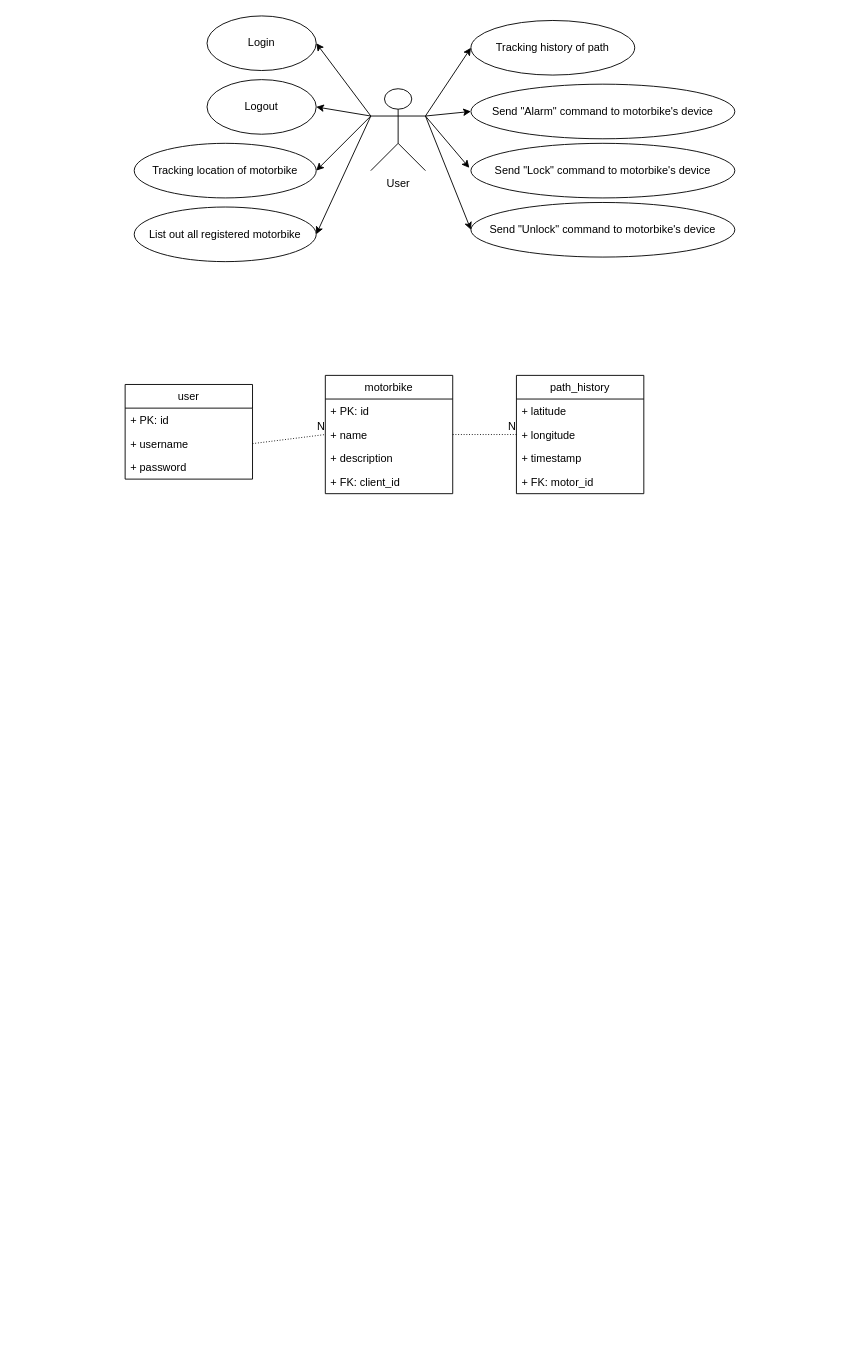
This is SPMReport.drawio from ntxtung/DrawIORepo, a draw.io file, before an edit. Source tidied: cells renumbered, new cells numbered last; positions are measured from the earlier drawing's top-left corner, leaving out a move shared by most shapes. Both pictures are drawn from the tidied source at 91%, with x=0, y=0 at pixel (125, 15).
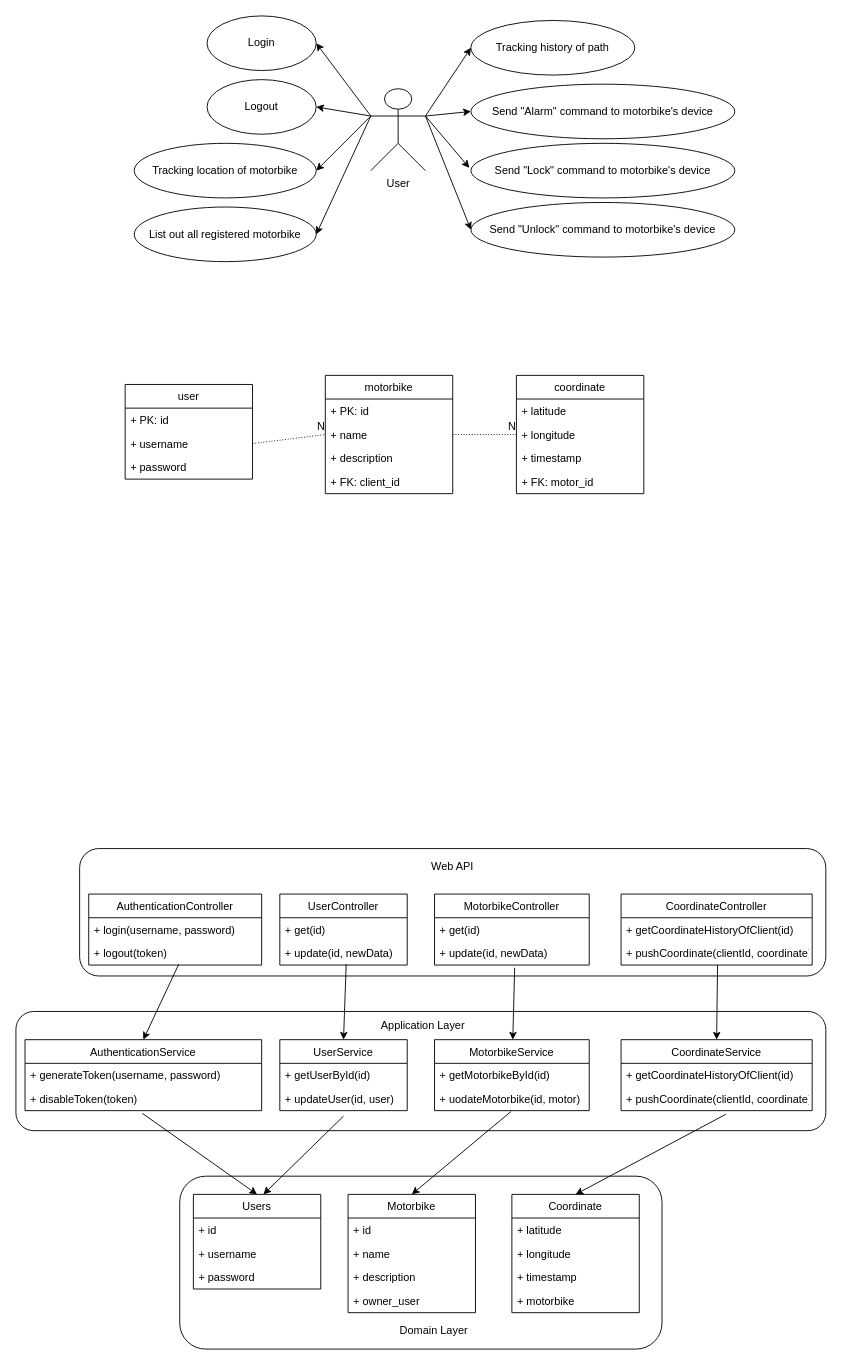
The same page after the edit.

What changed in the source:
```diff
@@
+    <mxCell id="37" style="rounded=1;whiteSpace=wrap;html=1;" parent="1" vertex="1">
+      <mxGeometry x="60" y="1275" width="530" height="190" as="geometry" />
+    </mxCell>
+    <mxCell id="38" style="rounded=1;whiteSpace=wrap;html=1;" parent="1" vertex="1">
+      <mxGeometry x="-120" y="1094" width="890" height="131" as="geometry" />
+    </mxCell>
+    <mxCell id="39" value="Application Layer" style="text;html=1;strokeColor=none;fillColor=none;align=center;verticalAlign=middle;whiteSpace=wrap;rounded=0;" parent="1" vertex="1">
+      <mxGeometry x="270" y="1100" width="115" height="20" as="geometry" />
+    </mxCell>
+    <mxCell id="40" style="rounded=1;whiteSpace=wrap;html=1;" parent="1" vertex="1">
+      <mxGeometry x="-50" y="915" width="820" height="140" as="geometry" />
+    </mxCell>
@@
-    <mxCell id="30" value="path_history" style="swimlane;fontStyle=0;horizontal=1;startSize=26;fillColor=none;" parent="1" vertex="1">
+    <mxCell id="30" value="coordinate" style="swimlane;fontStyle=0;horizontal=1;startSize=26;fillColor=none;" parent="1" vertex="1">
       <mxGeometry x="430" y="395" width="140" height="130" as="geometry" />
     </mxCell>
@@
+    <mxCell id="41" value="Users" style="swimlane;fontStyle=0;horizontal=1;startSize=26;fillColor=none;" parent="1" vertex="1">
+      <mxGeometry x="75" y="1295" width="140" height="104" as="geometry" />
+    </mxCell>
+    <mxCell id="42" value="+ id" style="text;strokeColor=none;fillColor=none;align=left;verticalAlign=top;spacingLeft=4;spacingRight=4;overflow=hidden;" parent="41" vertex="1">
+      <mxGeometry y="26" width="140" height="26" as="geometry" />
+    </mxCell>
+    <mxCell id="43" value="+ username" style="text;strokeColor=none;fillColor=none;align=left;verticalAlign=top;spacingLeft=4;spacingRight=4;overflow=hidden;" parent="41" vertex="1">
+      <mxGeometry y="52" width="140" height="26" as="geometry" />
+    </mxCell>
+    <mxCell id="44" value="+ password" style="text;strokeColor=none;fillColor=none;align=left;verticalAlign=top;spacingLeft=4;spacingRight=4;overflow=hidden;" parent="41" vertex="1">
+      <mxGeometry y="78" width="140" height="26" as="geometry" />
+    </mxCell>
+    <mxCell id="45" value="Motorbike" style="swimlane;fontStyle=0;horizontal=1;startSize=26;fillColor=none;" parent="1" vertex="1">
+      <mxGeometry x="245" y="1295" width="140" height="130" as="geometry" />
+    </mxCell>
+    <mxCell id="46" value="+ id" style="text;strokeColor=none;fillColor=none;align=left;verticalAlign=top;spacingLeft=4;spacingRight=4;overflow=hidden;" parent="45" vertex="1">
+      <mxGeometry y="26" width="140" height="26" as="geometry" />
+    </mxCell>
+    <mxCell id="47" value="+ name" style="text;strokeColor=none;fillColor=none;align=left;verticalAlign=top;spacingLeft=4;spacingRight=4;overflow=hidden;" parent="45" vertex="1">
+      <mxGeometry y="52" width="140" height="26" as="geometry" />
+    </mxCell>
+    <mxCell id="48" value="+ description" style="text;strokeColor=none;fillColor=none;align=left;verticalAlign=top;spacingLeft=4;spacingRight=4;overflow=hidden;" parent="45" vertex="1">
+      <mxGeometry y="78" width="140" height="26" as="geometry" />
+    </mxCell>
+    <mxCell id="49" value="+ owner_user" style="text;strokeColor=none;fillColor=none;align=left;verticalAlign=top;spacingLeft=4;spacingRight=4;overflow=hidden;" parent="45" vertex="1">
+      <mxGeometry y="104" width="140" height="26" as="geometry" />
+    </mxCell>
+    <mxCell id="50" value="Coordinate" style="swimlane;fontStyle=0;horizontal=1;startSize=26;fillColor=none;" parent="1" vertex="1">
+      <mxGeometry x="425" y="1295" width="140" height="130" as="geometry" />
+    </mxCell>
+    <mxCell id="51" value="+ latitude" style="text;strokeColor=none;fillColor=none;align=left;verticalAlign=top;spacingLeft=4;spacingRight=4;overflow=hidden;" parent="50" vertex="1">
+      <mxGeometry y="26" width="140" height="26" as="geometry" />
+    </mxCell>
+    <mxCell id="52" value="+ longitude" style="text;strokeColor=none;fillColor=none;align=left;verticalAlign=top;spacingLeft=4;spacingRight=4;overflow=hidden;" parent="50" vertex="1">
+      <mxGeometry y="52" width="140" height="26" as="geometry" />
+    </mxCell>
+    <mxCell id="53" value="+ timestamp" style="text;strokeColor=none;fillColor=none;align=left;verticalAlign=top;spacingLeft=4;spacingRight=4;overflow=hidden;" parent="50" vertex="1">
+      <mxGeometry y="78" width="140" height="26" as="geometry" />
+    </mxCell>
+    <mxCell id="54" value="+ motorbike" style="text;strokeColor=none;fillColor=none;align=left;verticalAlign=top;spacingLeft=4;spacingRight=4;overflow=hidden;" parent="50" vertex="1">
+      <mxGeometry y="104" width="140" height="26" as="geometry" />
+    </mxCell>
+    <mxCell id="55" value="UserService" style="swimlane;fontStyle=0;horizontal=1;startSize=26;fillColor=none;" parent="1" vertex="1">
+      <mxGeometry x="170" y="1125" width="140" height="78" as="geometry" />
+    </mxCell>
+    <mxCell id="56" value="+ getUserById(id)" style="text;strokeColor=none;fillColor=none;align=left;verticalAlign=top;spacingLeft=4;spacingRight=4;overflow=hidden;" parent="55" vertex="1">
+      <mxGeometry y="26" width="140" height="26" as="geometry" />
+    </mxCell>
+    <mxCell id="57" value="+ updateUser(id, user)" style="text;strokeColor=none;fillColor=none;align=left;verticalAlign=top;spacingLeft=4;spacingRight=4;overflow=hidden;points=[[0,0.5],[1,0.5]];portConstraint=eastwest;" parent="55" vertex="1">
+      <mxGeometry y="52" width="140" height="26" as="geometry" />
+    </mxCell>
+    <mxCell id="58" value="MotorbikeService" style="swimlane;fontStyle=0;horizontal=1;startSize=26;fillColor=none;" parent="1" vertex="1">
+      <mxGeometry x="340" y="1125" width="170" height="78" as="geometry" />
+    </mxCell>
+    <mxCell id="59" value="+ getMotorbikeById(id)" style="text;strokeColor=none;fillColor=none;align=left;verticalAlign=top;spacingLeft=4;spacingRight=4;overflow=hidden;" parent="58" vertex="1">
+      <mxGeometry y="26" width="170" height="26" as="geometry" />
+    </mxCell>
+    <mxCell id="60" value="+ uodateMotorbike(id, motor)" style="text;strokeColor=none;fillColor=none;align=left;verticalAlign=top;spacingLeft=4;spacingRight=4;overflow=hidden;points=[[0,0.5],[1,0.5]];portConstraint=eastwest;" parent="58" vertex="1">
+      <mxGeometry y="52" width="170" height="26" as="geometry" />
+    </mxCell>
+    <mxCell id="61" value="CoordinateService" style="swimlane;fontStyle=0;horizontal=1;startSize=26;fillColor=none;" parent="1" vertex="1">
+      <mxGeometry x="545" y="1125" width="210" height="78" as="geometry" />
+    </mxCell>
+    <mxCell id="62" value="+ getCoordinateHistoryOfClient(id)" style="text;strokeColor=none;fillColor=none;align=left;verticalAlign=top;spacingLeft=4;spacingRight=4;overflow=hidden;" parent="61" vertex="1">
+      <mxGeometry y="26" width="210" height="26" as="geometry" />
+    </mxCell>
+    <mxCell id="63" value="+ pushCoordinate(clientId, coordinate)" style="text;strokeColor=none;fillColor=none;align=left;verticalAlign=top;spacingLeft=4;spacingRight=4;overflow=hidden;points=[[0,0.5],[1,0.5]];portConstraint=eastwest;" parent="61" vertex="1">
+      <mxGeometry y="52" width="210" height="26" as="geometry" />
+    </mxCell>
+    <mxCell id="64" value="AuthenticationService" style="swimlane;fontStyle=0;horizontal=1;startSize=26;fillColor=none;" parent="1" vertex="1">
+      <mxGeometry x="-110" y="1125" width="260" height="78" as="geometry" />
+    </mxCell>
+    <mxCell id="65" value="+ generateToken(username, password)" style="text;strokeColor=none;fillColor=none;align=left;verticalAlign=top;spacingLeft=4;spacingRight=4;overflow=hidden;" parent="64" vertex="1">
+      <mxGeometry y="26" width="260" height="26" as="geometry" />
+    </mxCell>
+    <mxCell id="66" value="+ disableToken(token)" style="text;strokeColor=none;fillColor=none;align=left;verticalAlign=top;spacingLeft=4;spacingRight=4;overflow=hidden;points=[[0,0.5],[1,0.5]];portConstraint=eastwest;" parent="64" vertex="1">
+      <mxGeometry y="52" width="260" height="26" as="geometry" />
+    </mxCell>
+    <mxCell id="67" value="UserController" style="swimlane;fontStyle=0;horizontal=1;startSize=26;fillColor=none;" parent="1" vertex="1">
+      <mxGeometry x="170" y="965" width="140" height="78" as="geometry" />
+    </mxCell>
+    <mxCell id="68" value="+ get(id)" style="text;strokeColor=none;fillColor=none;align=left;verticalAlign=top;spacingLeft=4;spacingRight=4;overflow=hidden;" parent="67" vertex="1">
+      <mxGeometry y="26" width="140" height="26" as="geometry" />
+    </mxCell>
+    <mxCell id="69" value="+ update(id, newData)" style="text;strokeColor=none;fillColor=none;align=left;verticalAlign=top;spacingLeft=4;spacingRight=4;overflow=hidden;points=[[0,0.5],[1,0.5]];portConstraint=eastwest;" parent="67" vertex="1">
+      <mxGeometry y="52" width="140" height="26" as="geometry" />
+    </mxCell>
+    <mxCell id="70" value="MotorbikeController" style="swimlane;fontStyle=0;horizontal=1;startSize=26;fillColor=none;" parent="1" vertex="1">
+      <mxGeometry x="340" y="965" width="170" height="78" as="geometry" />
+    </mxCell>
+    <mxCell id="71" value="+ get(id)" style="text;strokeColor=none;fillColor=none;align=left;verticalAlign=top;spacingLeft=4;spacingRight=4;overflow=hidden;" parent="70" vertex="1">
+      <mxGeometry y="26" width="170" height="26" as="geometry" />
+    </mxCell>
+    <mxCell id="72" value="+ update(id, newData)" style="text;strokeColor=none;fillColor=none;align=left;verticalAlign=top;spacingLeft=4;spacingRight=4;overflow=hidden;points=[[0,0.5],[1,0.5]];portConstraint=eastwest;" parent="70" vertex="1">
+      <mxGeometry y="52" width="170" height="26" as="geometry" />
+    </mxCell>
+    <mxCell id="73" value="CoordinateController" style="swimlane;fontStyle=0;horizontal=1;startSize=26;fillColor=none;" parent="1" vertex="1">
+      <mxGeometry x="545" y="965" width="210" height="78" as="geometry" />
+    </mxCell>
+    <mxCell id="74" value="+ getCoordinateHistoryOfClient(id)" style="text;strokeColor=none;fillColor=none;align=left;verticalAlign=top;spacingLeft=4;spacingRight=4;overflow=hidden;" parent="73" vertex="1">
+      <mxGeometry y="26" width="210" height="26" as="geometry" />
+    </mxCell>
+    <mxCell id="75" value="+ pushCoordinate(clientId, coordinate)" style="text;strokeColor=none;fillColor=none;align=left;verticalAlign=top;spacingLeft=4;spacingRight=4;overflow=hidden;points=[[0,0.5],[1,0.5]];portConstraint=eastwest;" parent="73" vertex="1">
+      <mxGeometry y="52" width="210" height="26" as="geometry" />
+    </mxCell>
+    <mxCell id="76" value="AuthenticationController" style="swimlane;fontStyle=0;horizontal=1;startSize=26;fillColor=none;" parent="1" vertex="1">
+      <mxGeometry x="-40" y="965" width="190" height="78" as="geometry" />
+    </mxCell>
+    <mxCell id="77" value="+ login(username, password)" style="text;strokeColor=none;fillColor=none;align=left;verticalAlign=top;spacingLeft=4;spacingRight=4;overflow=hidden;" parent="76" vertex="1">
+      <mxGeometry y="26" width="190" height="26" as="geometry" />
+    </mxCell>
+    <mxCell id="78" value="+ logout(token)" style="text;strokeColor=none;fillColor=none;align=left;verticalAlign=top;spacingLeft=4;spacingRight=4;overflow=hidden;points=[[0,0.5],[1,0.5]];portConstraint=eastwest;" parent="76" vertex="1">
+      <mxGeometry y="52" width="190" height="26" as="geometry" />
+    </mxCell>
+    <mxCell id="79" style="endArrow=classic;html=1;exitX=0.521;exitY=0.962;exitDx=0;exitDy=0;exitPerimeter=0;entryX=0.5;entryY=0;entryDx=0;entryDy=0;" parent="1" edge="1" source="78" target="64">
+      <mxGeometry relative="1" as="geometry" />
+    </mxCell>
+    <mxCell id="80" style="endArrow=classic;html=1;exitX=0.521;exitY=0.962;exitDx=0;exitDy=0;exitPerimeter=0;entryX=0.5;entryY=0;entryDx=0;entryDy=0;" parent="1" edge="1" source="69" target="55">
+      <mxGeometry relative="1" as="geometry" />
+    </mxCell>
+    <mxCell id="81" style="endArrow=classic;html=1;exitX=0.518;exitY=1.115;exitDx=0;exitDy=0;exitPerimeter=0;" parent="1" edge="1" source="72" target="58">
+      <mxGeometry relative="1" as="geometry" />
+    </mxCell>
+    <mxCell id="82" style="endArrow=classic;html=1;exitX=0.505;exitY=1;exitDx=0;exitDy=0;exitPerimeter=0;entryX=0.5;entryY=0;entryDx=0;entryDy=0;" parent="1" edge="1" source="75" target="61">
+      <mxGeometry relative="1" as="geometry" />
+    </mxCell>
+    <mxCell id="83" style="endArrow=classic;html=1;exitX=0.496;exitY=1.115;exitDx=0;exitDy=0;exitPerimeter=0;entryX=0.5;entryY=0;entryDx=0;entryDy=0;" parent="1" edge="1" source="66" target="41">
+      <mxGeometry relative="1" as="geometry" />
+    </mxCell>
+    <mxCell id="84" style="endArrow=classic;html=1;exitX=0.5;exitY=1.231;exitDx=0;exitDy=0;exitPerimeter=0;entryX=0.55;entryY=0;entryDx=0;entryDy=0;entryPerimeter=0;" parent="1" edge="1" source="57" target="41">
+      <mxGeometry relative="1" as="geometry" />
+    </mxCell>
+    <mxCell id="85" style="endArrow=classic;html=1;exitX=0.494;exitY=1.038;exitDx=0;exitDy=0;exitPerimeter=0;entryX=0.5;entryY=0;entryDx=0;entryDy=0;" parent="1" edge="1" source="60" target="45">
+      <mxGeometry relative="1" as="geometry" />
+    </mxCell>
+    <mxCell id="86" style="endArrow=classic;html=1;exitX=0.548;exitY=1.154;exitDx=0;exitDy=0;exitPerimeter=0;entryX=0.5;entryY=0;entryDx=0;entryDy=0;" parent="1" edge="1" source="63" target="50">
+      <mxGeometry relative="1" as="geometry" />
+    </mxCell>
+    <mxCell id="87" value="Web API" style="text;html=1;strokeColor=none;fillColor=none;align=center;verticalAlign=middle;whiteSpace=wrap;rounded=0;" parent="1" vertex="1">
+      <mxGeometry x="315" y="925" width="90" height="20" as="geometry" />
+    </mxCell>
+    <mxCell id="88" value="Domain Layer" style="text;html=1;strokeColor=none;fillColor=none;align=center;verticalAlign=middle;whiteSpace=wrap;rounded=0;" parent="1" vertex="1">
+      <mxGeometry x="282" y="1435" width="115" height="20" as="geometry" />
+    </mxCell>
```
